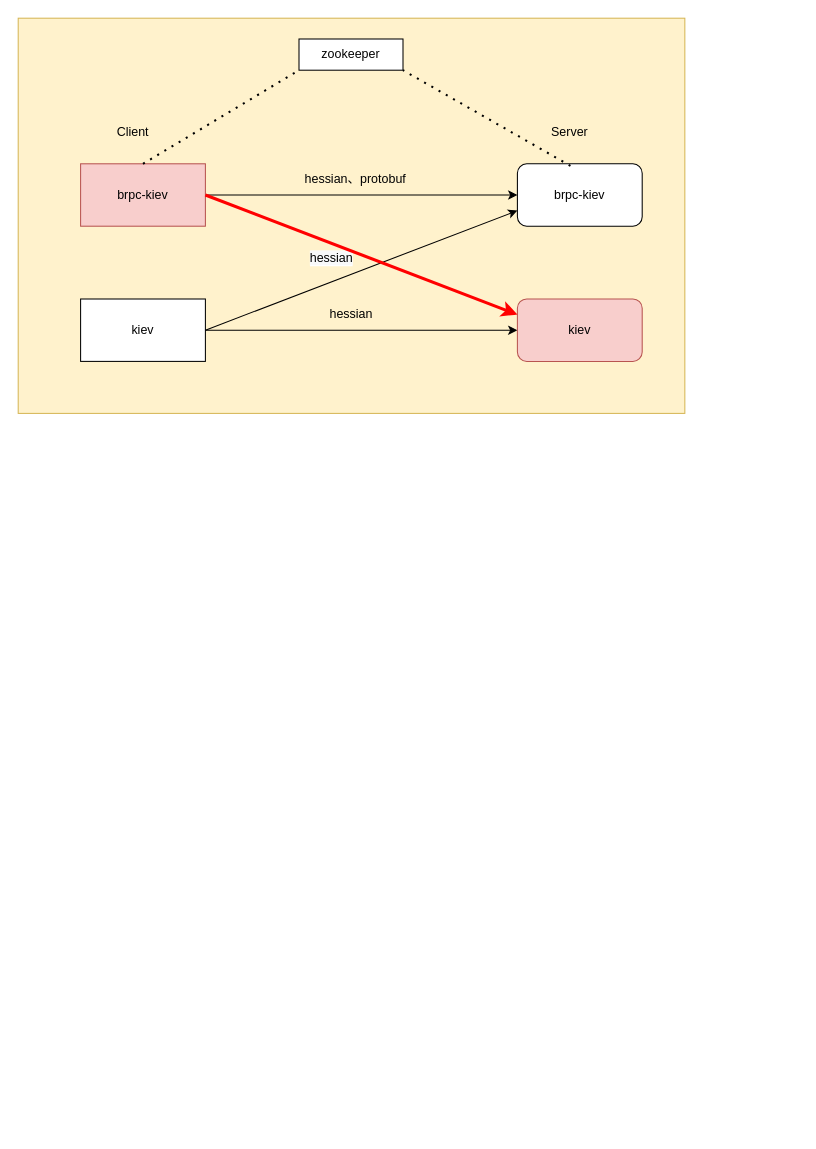
Above: diagram/brpc-kiev.drawio in DogerRain/image (draw.io), before the change. Source tidied: cells renumbered, new cells numbered last; positions are measured from the earlier drawing's top-left corner, leaving out a move shared by most shapes. Both pictures are drawn from the tidied source at 104%, with x=0, y=0 at pixel (18, 18).
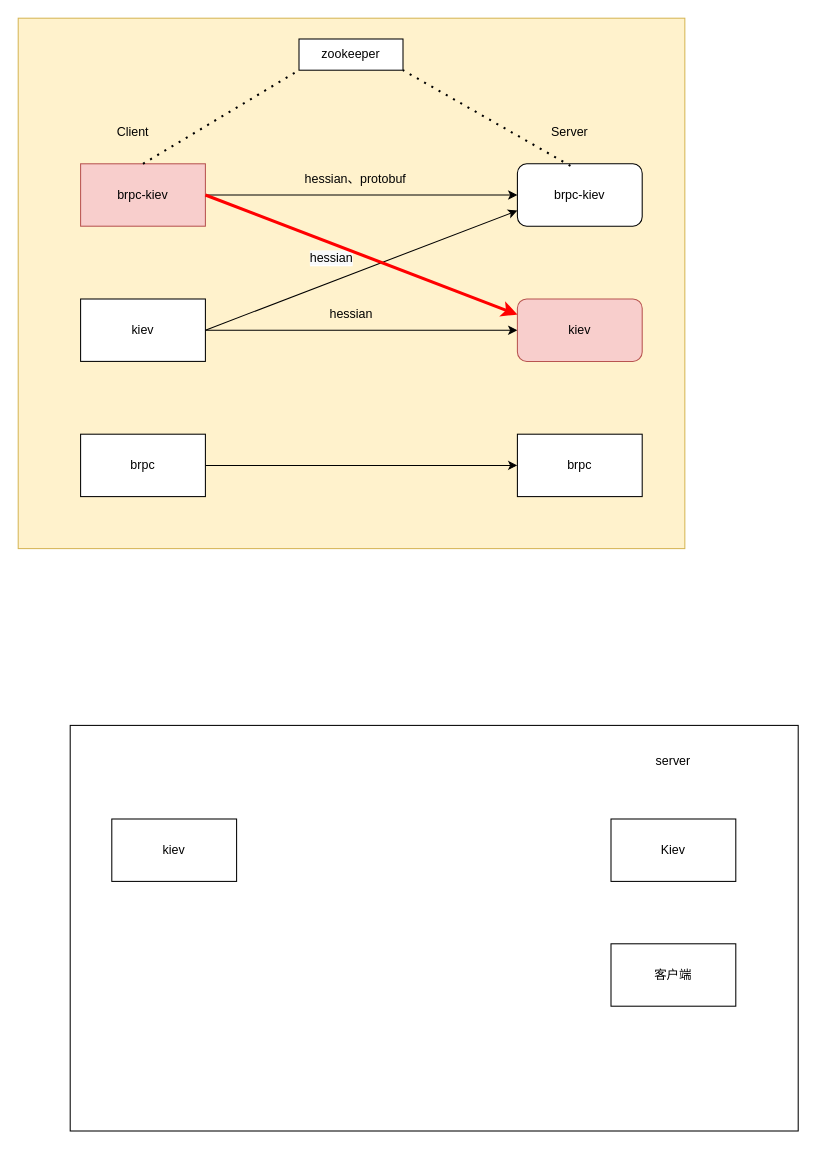
The same diagram, later.

The edit, as a diff of the source:
```diff
@@
     <mxCell id="2" style="rounded=0;whiteSpace=wrap;html=1;fillColor=#fff2cc;strokeColor=#d6b656;" parent="1" vertex="1">
-      <mxGeometry width="641" height="380" as="geometry" />
+      <mxGeometry width="641" height="510" as="geometry" />
     </mxCell>
@@
+    <mxCell id="19" style="edgeStyle=orthogonalEdgeStyle;rounded=0;jettySize=auto;html=1;exitX=1;exitY=0.5;exitDx=0;exitDy=0;entryX=0;entryY=0.5;entryDx=0;entryDy=0;" parent="1" edge="1" source="20" target="26">
+      <mxGeometry relative="1" as="geometry" />
+    </mxCell>
+    <mxCell id="20" value="brpc" style="rounded=0;whiteSpace=wrap;html=1;" parent="1" vertex="1">
+      <mxGeometry x="60" y="400" width="120" height="60" as="geometry" />
+    </mxCell>
+    <mxCell id="21" style="rounded=0;whiteSpace=wrap;html=1;" parent="1" vertex="1">
+      <mxGeometry x="50" y="680" width="700" height="390" as="geometry" />
+    </mxCell>
+    <mxCell id="22" value="kiev" style="rounded=0;whiteSpace=wrap;html=1;" parent="1" vertex="1">
+      <mxGeometry x="90" y="770" width="120" height="60" as="geometry" />
+    </mxCell>
+    <mxCell id="23" value="Kiev" style="rounded=0;whiteSpace=wrap;html=1;" parent="1" vertex="1">
+      <mxGeometry x="570" y="770" width="120" height="60" as="geometry" />
+    </mxCell>
+    <mxCell id="24" value="客户端" style="rounded=0;whiteSpace=wrap;html=1;" parent="1" vertex="1">
+      <mxGeometry x="570" y="890" width="120" height="60" as="geometry" />
+    </mxCell>
+    <mxCell id="25" value="server" style="text;html=1;strokeColor=none;fillColor=none;align=center;verticalAlign=middle;whiteSpace=wrap;rounded=0;" parent="1" vertex="1">
+      <mxGeometry x="600" y="700" width="60" height="30" as="geometry" />
+    </mxCell>
+    <mxCell id="26" value="brpc" style="rounded=0;whiteSpace=wrap;html=1;" parent="1" vertex="1">
+      <mxGeometry x="480" y="400" width="120" height="60" as="geometry" />
+    </mxCell>
```
